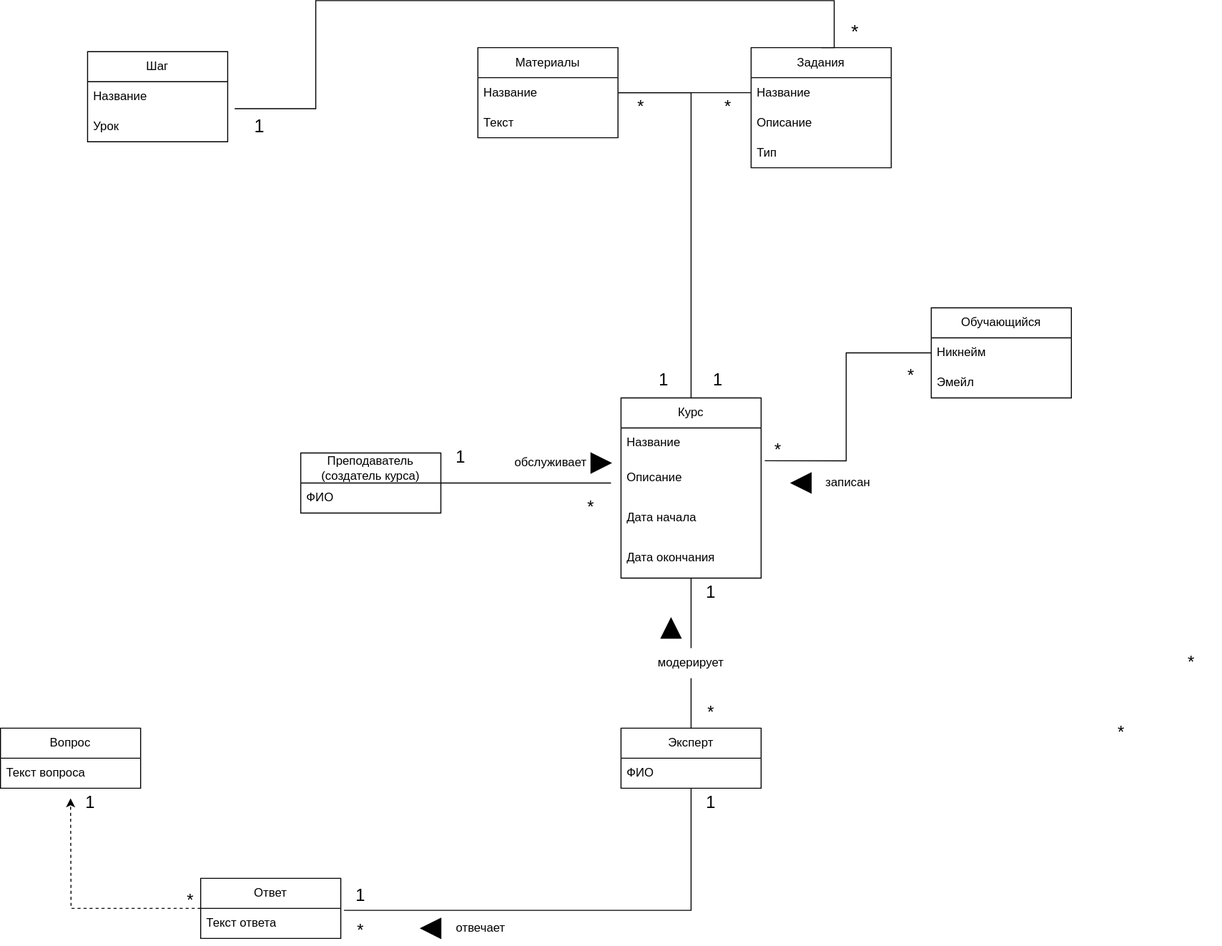
Before: domain_model.svg, a diagram exported from draw.io (eencoree/CourseNavigator). Source tidied: cells renumbered, new cells last; positions are measured from the earlier drawing's top-left corner, leaving out a move shared by most shapes.
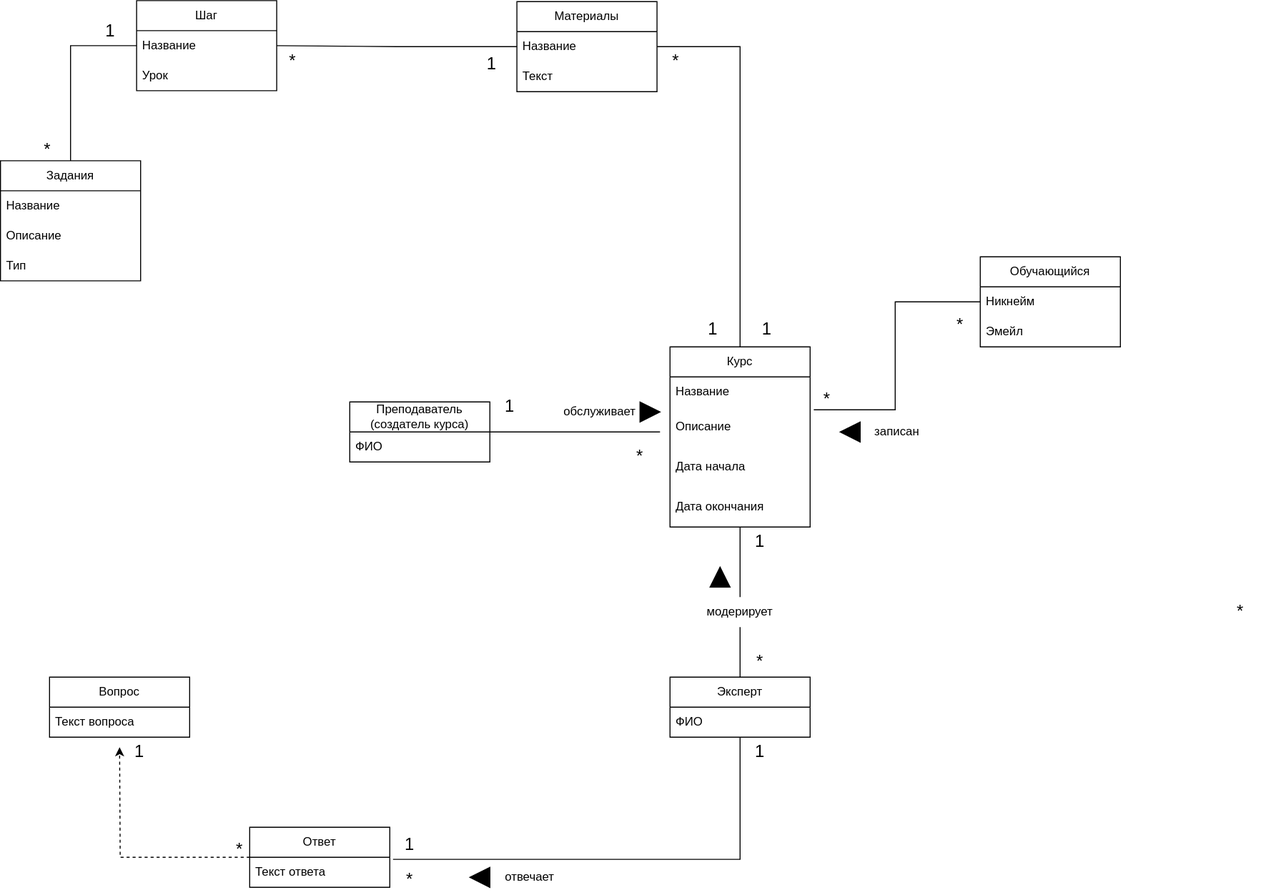
Later version of the same file.

Change to the diagram source:
```diff
@@ -57,7 +57,7 @@
       <mxGeometry y="30" width="140" height="30" as="geometry" />
     </mxCell>
     <mxCell id="17" value="Задания" style="swimlane;fontStyle=0;horizontal=1;startSize=30;whiteSpace=wrap;html=1;" parent="1" vertex="1">
-      <mxGeometry x="750" y="47" width="140" height="120" as="geometry" />
+      <mxGeometry x="-49" y="211" width="140" height="120" as="geometry" />
     </mxCell>
     <mxCell id="18" value="Название" style="text;strokeColor=none;fillColor=none;align=left;verticalAlign=middle;spacingLeft=4;spacingRight=4;overflow=hidden;points=[[0,0.5],[1,0.5]];portConstraint=eastwest;whiteSpace=wrap;html=1;" parent="17" vertex="1">
       <mxGeometry y="30" width="140" height="30" as="geometry" />
@@ -84,7 +84,7 @@
       <mxGeometry relative="1" as="geometry" />
     </mxCell>
     <mxCell id="26" value="Материалы" style="swimlane;fontStyle=0;horizontal=1;startSize=30;whiteSpace=wrap;html=1;" parent="1" vertex="1">
-      <mxGeometry x="477" y="47" width="140" height="90" as="geometry" />
+      <mxGeometry x="467" y="52" width="140" height="90" as="geometry" />
     </mxCell>
     <mxCell id="27" value="Название" style="text;strokeColor=none;fillColor=none;align=left;verticalAlign=middle;spacingLeft=4;spacingRight=4;overflow=hidden;points=[[0,0.5],[1,0.5]];portConstraint=eastwest;whiteSpace=wrap;html=1;" parent="26" vertex="1">
       <mxGeometry y="30" width="140" height="30" as="geometry" />
@@ -122,9 +122,6 @@
     <mxCell id="38" value="&lt;font style=&quot;font-size: 17px;&quot;&gt;*&lt;/font&gt;" style="text;html=1;strokeColor=none;fillColor=none;align=center;verticalAlign=middle;whiteSpace=wrap;rounded=0;" parent="1" vertex="1">
       <mxGeometry x="680" y="697" width="60" height="30" as="geometry" />
     </mxCell>
-    <mxCell id="39" value="&lt;font style=&quot;font-size: 17px;&quot;&gt;*&lt;/font&gt;" style="text;html=1;strokeColor=none;fillColor=none;align=center;verticalAlign=middle;whiteSpace=wrap;rounded=0;" parent="1" vertex="1">
-      <mxGeometry x="1090" y="717" width="60" height="30" as="geometry" />
-    </mxCell>
     <mxCell id="40" value="&lt;font style=&quot;font-size: 17px;&quot;&gt;*&lt;/font&gt;" style="text;html=1;strokeColor=none;fillColor=none;align=center;verticalAlign=middle;whiteSpace=wrap;rounded=0;" parent="1" vertex="1">
       <mxGeometry x="1160" y="647" width="60" height="30" as="geometry" />
     </mxCell>
@@ -166,17 +163,11 @@
     <mxCell id="52" value="&lt;font style=&quot;font-size: 17px;&quot;&gt;1&lt;/font&gt;" style="text;html=1;strokeColor=none;fillColor=none;align=center;verticalAlign=middle;whiteSpace=wrap;rounded=0;" parent="1" vertex="1">
       <mxGeometry x="330" y="879.5" width="60" height="30" as="geometry" />
     </mxCell>
-    <mxCell id="53" style="edgeStyle=orthogonalEdgeStyle;rounded=0;jettySize=auto;html=1;exitX=1;exitY=0.5;exitDx=0;exitDy=0;entryX=0;entryY=0.5;entryDx=0;entryDy=0;endArrow=none;endFill=0;" parent="1" edge="1" source="27" target="18">
-      <mxGeometry relative="1" as="geometry" />
-    </mxCell>
     <mxCell id="54" value="&lt;font style=&quot;font-size: 17px;&quot;&gt;1&lt;/font&gt;" style="text;html=1;strokeColor=none;fillColor=none;align=center;verticalAlign=middle;whiteSpace=wrap;rounded=0;" parent="1" vertex="1">
       <mxGeometry x="633" y="365" width="60" height="30" as="geometry" />
     </mxCell>
-    <mxCell id="55" value="&lt;font style=&quot;font-size: 17px;&quot;&gt;*&lt;/font&gt;" style="text;html=1;strokeColor=none;fillColor=none;align=center;verticalAlign=middle;whiteSpace=wrap;rounded=0;" parent="1" vertex="1">
-      <mxGeometry x="610" y="92" width="60" height="30" as="geometry" />
-    </mxCell>
     <mxCell id="56" value="&lt;font style=&quot;font-size: 17px;&quot;&gt;*&lt;/font&gt;" style="text;html=1;strokeColor=none;fillColor=none;align=center;verticalAlign=middle;whiteSpace=wrap;rounded=0;" parent="1" vertex="1">
-      <mxGeometry x="697" y="92" width="60" height="30" as="geometry" />
+      <mxGeometry x="213" y="97" width="60" height="30" as="geometry" />
     </mxCell>
     <mxCell id="57" value="&lt;font style=&quot;font-size: 17px;&quot;&gt;1&lt;/font&gt;" style="text;html=1;strokeColor=none;fillColor=none;align=center;verticalAlign=middle;whiteSpace=wrap;rounded=0;" parent="1" vertex="1">
       <mxGeometry x="687" y="365" width="60" height="30" as="geometry" />
@@ -190,22 +181,23 @@
     <mxCell id="60" value="Урок" style="text;strokeColor=none;fillColor=none;align=left;verticalAlign=middle;spacingLeft=4;spacingRight=4;overflow=hidden;whiteSpace=wrap;html=1;" parent="58" vertex="1">
       <mxGeometry y="60" width="140" height="30" as="geometry" />
     </mxCell>
-    <mxCell id="61" style="edgeStyle=orthogonalEdgeStyle;rounded=0;jettySize=auto;html=1;entryX=1.026;entryY=1.093;entryDx=0;entryDy=0;entryPerimeter=0;endArrow=none;endFill=0;exitX=0.5;exitY=0;exitDx=0;exitDy=0;" parent="1" edge="1" source="17">
-      <mxGeometry relative="1" as="geometry">
-        <mxPoint x="234" y="108" as="targetPoint" />
-        <Array as="points">
-          <mxPoint x="833" y="47" />
-          <mxPoint x="833" />
-          <mxPoint x="315" />
-          <mxPoint x="315" y="108" />
-        </Array>
-      </mxGeometry>
-    </mxCell>
-    <mxCell id="62" value="1" style="text;html=1;strokeColor=none;fillColor=none;align=center;verticalAlign=middle;whiteSpace=wrap;rounded=0;fontSize=18;" parent="1" vertex="1">
-      <mxGeometry x="229" y="111" width="60" height="30" as="geometry" />
-    </mxCell>
-    <mxCell id="63" value="*" style="text;html=1;strokeColor=none;fillColor=none;align=center;verticalAlign=middle;whiteSpace=wrap;rounded=0;fontSize=19;" parent="1" vertex="1">
-      <mxGeometry x="824" y="17" width="60" height="30" as="geometry" />
-    </mxCell>
+    <mxCell id="64" style="edgeStyle=orthogonalEdgeStyle;rounded=0;jettySize=auto;html=1;exitX=0;exitY=0.5;exitDx=0;exitDy=0;entryX=1;entryY=0.5;entryDx=0;entryDy=0;endArrow=none;endFill=0;" parent="1" edge="1" source="27" target="59">
+      <mxGeometry relative="1" as="geometry" />
+    </mxCell>
+    <mxCell id="65" style="edgeStyle=orthogonalEdgeStyle;rounded=0;jettySize=auto;html=1;endArrow=none;endFill=0;" parent="1" edge="1" source="59" target="17">
+      <mxGeometry relative="1" as="geometry" />
+    </mxCell>
+    <mxCell id="66" value="&lt;font style=&quot;font-size: 17px;&quot;&gt;1&lt;/font&gt;" style="text;html=1;strokeColor=none;fillColor=none;align=center;verticalAlign=middle;whiteSpace=wrap;rounded=0;" parent="1" vertex="1">
+      <mxGeometry x="412" y="100" width="60" height="30" as="geometry" />
+    </mxCell>
+    <mxCell id="67" value="&lt;font style=&quot;font-size: 17px;&quot;&gt;*&lt;/font&gt;" style="text;html=1;strokeColor=none;fillColor=none;align=center;verticalAlign=middle;whiteSpace=wrap;rounded=0;" parent="1" vertex="1">
+      <mxGeometry x="596" y="97" width="60" height="30" as="geometry" />
+    </mxCell>
+    <mxCell id="68" value="&lt;font style=&quot;font-size: 17px;&quot;&gt;1&lt;/font&gt;" style="text;html=1;strokeColor=none;fillColor=none;align=center;verticalAlign=middle;whiteSpace=wrap;rounded=0;" parent="1" vertex="1">
+      <mxGeometry x="31" y="67" width="60" height="30" as="geometry" />
+    </mxCell>
+    <mxCell id="69" value="&lt;font style=&quot;font-size: 17px;&quot;&gt;*&lt;/font&gt;" style="text;html=1;strokeColor=none;fillColor=none;align=center;verticalAlign=middle;whiteSpace=wrap;rounded=0;" parent="1" vertex="1">
+      <mxGeometry x="-32" y="186" width="60" height="30" as="geometry" />
+    </mxCell>
   </root>
 </mxGraphModel>
```
